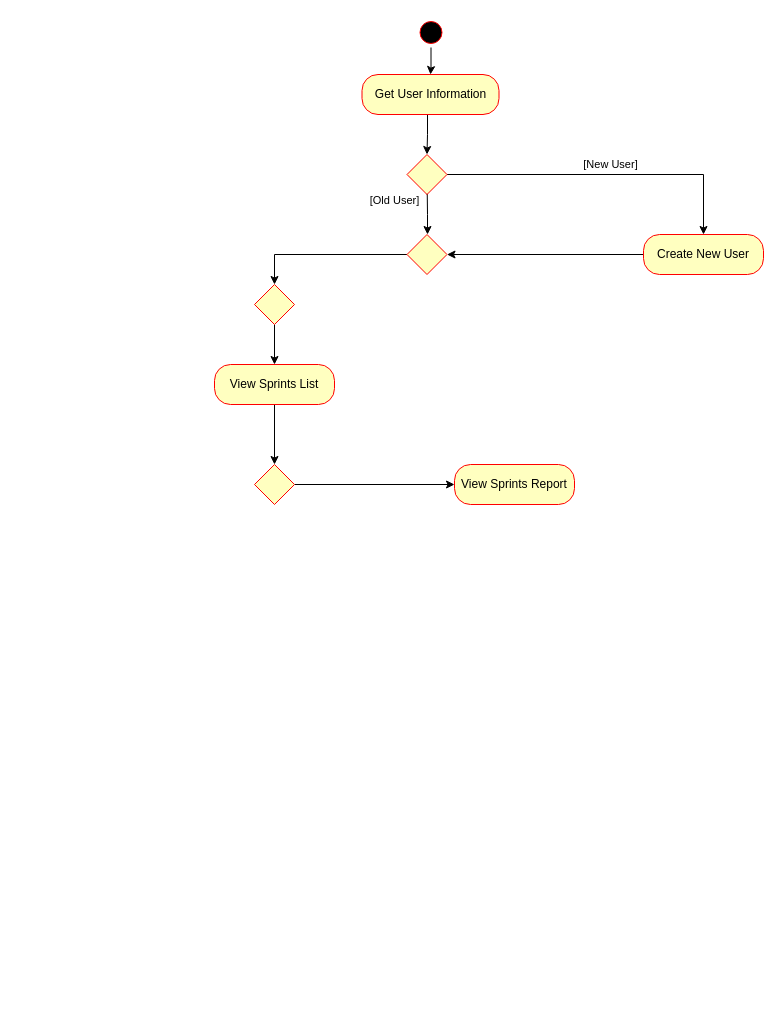
Before: General Analyze and Design/Scrum Master Activity Diagram.drawio in amirabbas8/ScrumOfficer, a draw.io diagram. Source tidied: cells renumbered, new cells numbered last; positions are measured from the earlier drawing's top-left corner, leaving out a move shared by most shapes. Both pictures are drawn from the tidied source at 100%, with x=0, y=0 at pixel (214, 17).
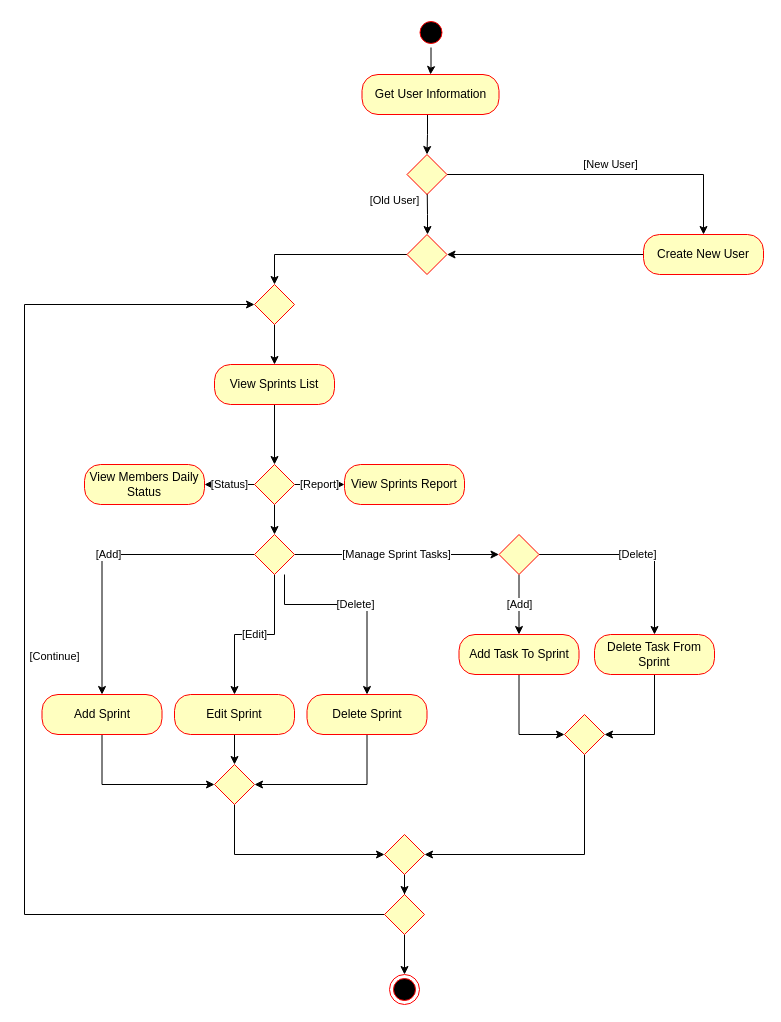
After the change.

Unchanged cells that the change refers to:
```xml
<mxCell id="14" style="shape=rhombus;html=1;verticalLabelPosition=top;verticalAlignment=bottom;fillColor=#FFFFC0;strokeColor=#FF0000;" parent="1" vertex="1">
  <mxGeometry x="40" y="267" width="40" height="40" as="geometry" />
</mxCell>
<mxCell id="18" style="shape=rhombus;html=1;verticalLabelPosition=top;verticalAlignment=bottom;fillColor=#FFFFC0;strokeColor=#FF0000;" parent="1" vertex="1">
  <mxGeometry x="40" y="447" width="40" height="40" as="geometry" />
</mxCell>
```

The edit, as a diff of the source:
```diff
@@
-    <mxCell id="17" style="edgeStyle=orthogonalEdgeStyle;rounded=0;jettySize=auto;html=1;entryX=0;entryY=0.5;entryDx=0;entryDy=0;" parent="1" edge="1" source="18" target="19">
+    <mxCell id="17" value="[Report]" style="edgeStyle=orthogonalEdgeStyle;rounded=0;jettySize=auto;html=1;entryX=0;entryY=0.5;entryDx=0;entryDy=0;" parent="1" edge="1" source="18" target="19">
       <mxGeometry relative="1" as="geometry" />
     </mxCell>
+    <mxCell id="20" value="[Status]" style="edgeStyle=orthogonalEdgeStyle;rounded=0;jettySize=auto;html=1;entryX=1;entryY=0.5;entryDx=0;entryDy=0;" parent="1" edge="1" source="18" target="22">
+      <mxGeometry relative="1" as="geometry" />
+    </mxCell>
+    <mxCell id="21" style="edgeStyle=orthogonalEdgeStyle;rounded=0;jettySize=auto;html=1;entryX=0.5;entryY=0;entryDx=0;entryDy=0;" parent="1" edge="1" source="18" target="27">
+      <mxGeometry relative="1" as="geometry" />
+    </mxCell>
@@
     <mxCell id="19" value="View Sprints Report" style="rounded=1;whiteSpace=wrap;html=1;arcSize=40;fontColor=#000000;fillColor=#ffffc0;strokeColor=#ff0000;labelBackgroundColor=none;" parent="1" vertex="1">
-      <mxGeometry x="240" y="447" width="120" height="40" as="geometry" />
+      <mxGeometry x="130" y="447" width="120" height="40" as="geometry" />
     </mxCell>
+    <mxCell id="22" value="View Members Daily Status" style="rounded=1;whiteSpace=wrap;html=1;arcSize=40;fontColor=#000000;fillColor=#ffffc0;strokeColor=#ff0000;labelBackgroundColor=none;" parent="1" vertex="1">
+      <mxGeometry x="-130" y="447" width="120" height="40" as="geometry" />
+    </mxCell>
+    <mxCell id="23" value="[Add]" style="edgeStyle=orthogonalEdgeStyle;rounded=0;jettySize=auto;html=1;" parent="1" edge="1" source="27" target="31">
+      <mxGeometry relative="1" as="geometry" />
+    </mxCell>
+    <mxCell id="24" value="[Delete]" style="edgeStyle=orthogonalEdgeStyle;rounded=0;jettySize=auto;html=1;entryX=0.5;entryY=0;entryDx=0;entryDy=0;" parent="1" edge="1" source="27" target="29">
+      <mxGeometry relative="1" as="geometry">
+        <Array as="points">
+          <mxPoint x="70" y="587" />
+          <mxPoint x="153" y="587" />
+        </Array>
+      </mxGeometry>
+    </mxCell>
+    <mxCell id="25" value="[Manage Sprint Tasks]" style="edgeStyle=orthogonalEdgeStyle;rounded=0;jettySize=auto;html=1;entryX=0;entryY=0.5;entryDx=0;entryDy=0;" parent="1" edge="1" source="27" target="34">
+      <mxGeometry relative="1" as="geometry" />
+    </mxCell>
+    <mxCell id="26" value="[Edit]" style="edgeStyle=orthogonalEdgeStyle;rounded=0;jettySize=auto;html=1;" parent="1" edge="1" source="27" target="40">
+      <mxGeometry relative="1" as="geometry" />
+    </mxCell>
+    <mxCell id="27" style="shape=rhombus;html=1;verticalLabelPosition=top;verticalAlignment=bottom;fillColor=#FFFFC0;strokeColor=#FF0000;" parent="1" vertex="1">
+      <mxGeometry x="40" y="517" width="40" height="40" as="geometry" />
+    </mxCell>
+    <mxCell id="28" style="edgeStyle=orthogonalEdgeStyle;rounded=0;jettySize=auto;html=1;entryX=1;entryY=0.5;entryDx=0;entryDy=0;" parent="1" edge="1" source="29" target="42">
+      <mxGeometry relative="1" as="geometry">
+        <Array as="points">
+          <mxPoint x="153" y="767" />
+        </Array>
+      </mxGeometry>
+    </mxCell>
+    <mxCell id="29" value="Delete Sprint" style="rounded=1;whiteSpace=wrap;html=1;arcSize=40;fontColor=#000000;fillColor=#ffffc0;strokeColor=#ff0000;labelBackgroundColor=none;" parent="1" vertex="1">
+      <mxGeometry x="92.5" y="677" width="120" height="40" as="geometry" />
+    </mxCell>
+    <mxCell id="30" style="edgeStyle=orthogonalEdgeStyle;rounded=0;jettySize=auto;html=1;entryX=0;entryY=0.5;entryDx=0;entryDy=0;" parent="1" edge="1" source="31" target="42">
+      <mxGeometry relative="1" as="geometry">
+        <Array as="points">
+          <mxPoint x="-112" y="767" />
+        </Array>
+      </mxGeometry>
+    </mxCell>
+    <mxCell id="31" value="Add Sprint" style="rounded=1;whiteSpace=wrap;html=1;arcSize=40;fontColor=#000000;fillColor=#ffffc0;strokeColor=#ff0000;labelBackgroundColor=none;" parent="1" vertex="1">
+      <mxGeometry x="-172.5" y="677" width="120" height="40" as="geometry" />
+    </mxCell>
+    <mxCell id="32" value="[Delete]" style="edgeStyle=orthogonalEdgeStyle;rounded=0;jettySize=auto;html=1;" parent="1" edge="1" source="34" target="36">
+      <mxGeometry relative="1" as="geometry" />
+    </mxCell>
+    <mxCell id="33" value="[Add]" style="edgeStyle=orthogonalEdgeStyle;rounded=0;jettySize=auto;html=1;entryX=0.5;entryY=0;entryDx=0;entryDy=0;" parent="1" edge="1" source="34" target="38">
+      <mxGeometry relative="1" as="geometry" />
+    </mxCell>
+    <mxCell id="34" style="shape=rhombus;html=1;verticalLabelPosition=top;verticalAlignment=bottom;fillColor=#FFFFC0;strokeColor=#FF0000;" parent="1" vertex="1">
+      <mxGeometry x="284.5" y="517" width="40" height="40" as="geometry" />
+    </mxCell>
+    <mxCell id="35" style="edgeStyle=orthogonalEdgeStyle;rounded=0;jettySize=auto;html=1;entryX=1;entryY=0.5;entryDx=0;entryDy=0;" parent="1" edge="1" source="36" target="44">
+      <mxGeometry relative="1" as="geometry" />
+    </mxCell>
+    <mxCell id="36" value="Delete Task From Sprint" style="rounded=1;whiteSpace=wrap;html=1;arcSize=40;fontColor=#000000;fillColor=#ffffc0;strokeColor=#ff0000;labelBackgroundColor=none;" parent="1" vertex="1">
+      <mxGeometry x="380" y="617" width="120" height="40" as="geometry" />
+    </mxCell>
+    <mxCell id="37" style="edgeStyle=orthogonalEdgeStyle;rounded=0;jettySize=auto;html=1;entryX=0;entryY=0.5;entryDx=0;entryDy=0;" parent="1" edge="1" source="38" target="44">
+      <mxGeometry relative="1" as="geometry" />
+    </mxCell>
+    <mxCell id="38" value="Add Task To Sprint" style="rounded=1;whiteSpace=wrap;html=1;arcSize=40;fontColor=#000000;fillColor=#ffffc0;strokeColor=#ff0000;labelBackgroundColor=none;" parent="1" vertex="1">
+      <mxGeometry x="244.5" y="617" width="120" height="40" as="geometry" />
+    </mxCell>
+    <mxCell id="39" style="edgeStyle=orthogonalEdgeStyle;rounded=0;jettySize=auto;html=1;entryX=0.5;entryY=0;entryDx=0;entryDy=0;" parent="1" edge="1" source="40" target="42">
+      <mxGeometry relative="1" as="geometry" />
+    </mxCell>
+    <mxCell id="40" value="Edit Sprint" style="rounded=1;whiteSpace=wrap;html=1;arcSize=40;fontColor=#000000;fillColor=#ffffc0;strokeColor=#ff0000;labelBackgroundColor=none;" parent="1" vertex="1">
+      <mxGeometry x="-40" y="677" width="120" height="40" as="geometry" />
+    </mxCell>
+    <mxCell id="41" style="edgeStyle=orthogonalEdgeStyle;rounded=0;jettySize=auto;html=1;entryX=0;entryY=0.5;entryDx=0;entryDy=0;" parent="1" edge="1" source="42" target="46">
+      <mxGeometry relative="1" as="geometry">
+        <Array as="points">
+          <mxPoint x="20" y="837" />
+        </Array>
+      </mxGeometry>
+    </mxCell>
+    <mxCell id="42" style="shape=rhombus;html=1;verticalLabelPosition=top;verticalAlignment=bottom;fillColor=#FFFFC0;strokeColor=#FF0000;" parent="1" vertex="1">
+      <mxGeometry y="747" width="40" height="40" as="geometry" />
+    </mxCell>
+    <mxCell id="43" style="edgeStyle=orthogonalEdgeStyle;rounded=0;jettySize=auto;html=1;entryX=1;entryY=0.5;entryDx=0;entryDy=0;" parent="1" edge="1" source="44" target="46">
+      <mxGeometry relative="1" as="geometry">
+        <Array as="points">
+          <mxPoint x="370" y="837" />
+        </Array>
+      </mxGeometry>
+    </mxCell>
+    <mxCell id="44" style="shape=rhombus;html=1;verticalLabelPosition=top;verticalAlignment=bottom;fillColor=#FFFFC0;strokeColor=#FF0000;" parent="1" vertex="1">
+      <mxGeometry x="350" y="697" width="40" height="40" as="geometry" />
+    </mxCell>
+    <mxCell id="45" style="edgeStyle=orthogonalEdgeStyle;rounded=0;jettySize=auto;html=1;" parent="1" edge="1" source="46" target="49">
+      <mxGeometry relative="1" as="geometry" />
+    </mxCell>
+    <mxCell id="46" style="shape=rhombus;html=1;verticalLabelPosition=top;verticalAlignment=bottom;fillColor=#FFFFC0;strokeColor=#FF0000;" parent="1" vertex="1">
+      <mxGeometry x="170" y="817" width="40" height="40" as="geometry" />
+    </mxCell>
+    <mxCell id="47" value="[Continue]" style="edgeStyle=orthogonalEdgeStyle;rounded=0;jettySize=auto;html=1;entryX=0;entryY=0.5;entryDx=0;entryDy=0;" parent="1" edge="1" source="49" target="14">
+      <mxGeometry x="0.03" y="-30" relative="1" as="geometry">
+        <Array as="points">
+          <mxPoint x="-190" y="897" />
+          <mxPoint x="-190" y="287" />
+        </Array>
+      </mxGeometry>
+    </mxCell>
+    <mxCell id="48" style="edgeStyle=orthogonalEdgeStyle;rounded=0;jettySize=auto;html=1;" parent="1" edge="1" source="49" target="50">
+      <mxGeometry relative="1" as="geometry" />
+    </mxCell>
+    <mxCell id="49" style="shape=rhombus;html=1;verticalLabelPosition=top;verticalAlignment=bottom;fillColor=#FFFFC0;strokeColor=#FF0000;" parent="1" vertex="1">
+      <mxGeometry x="170" y="877" width="40" height="40" as="geometry" />
+    </mxCell>
+    <mxCell id="50" style="ellipse;html=1;shape=endState;fillColor=#000000;strokeColor=#ff0000;" parent="1" vertex="1">
+      <mxGeometry x="175" y="957" width="30" height="30" as="geometry" />
+    </mxCell>
```
